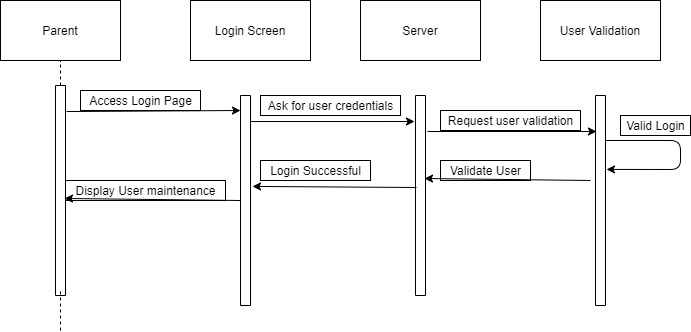
This is Deliverables/Week_3/Use_Case/Parent/Sequence Diagrams/Sign-in.png from Hanandrof/Group-3-Repository, a draw.io export, as it was before one commit. Source tidied: cells renumbered, new cells last; positions are measured from the earlier drawing's top-left corner, leaving out a move shared by most shapes.
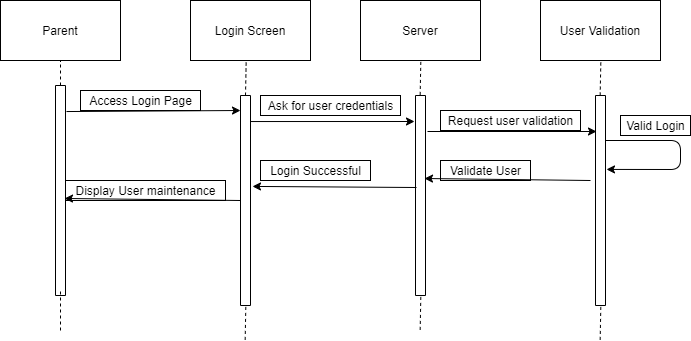
After the change.

The edit, as a diff of the source:
```diff
@@ -90,5 +90,38 @@
     <mxCell id="25" value="Display User maintenance" style="text;html=1;align=center;verticalAlign=middle;strokeColor=#000000;" parent="1" vertex="1">
       <mxGeometry x="65" y="180" width="160" height="20" as="geometry" />
     </mxCell>
+    <mxCell id="26" style="endArrow=none;dashed=1;html=1;strokeColor=#000000;exitX=0;exitY=0.5;exitDx=0;exitDy=0;entryX=0.464;entryY=1.01;entryDx=0;entryDy=0;entryPerimeter=0;" parent="1" edge="1" source="7" target="4">
+      <mxGeometry relative="1" as="geometry" />
+    </mxCell>
+    <mxCell id="27" style="endArrow=none;dashed=1;html=1;strokeColor=#000000;exitX=0;exitY=0.5;exitDx=0;exitDy=0;entryX=0.464;entryY=1.01;entryDx=0;entryDy=0;entryPerimeter=0;" parent="1" edge="1">
+      <mxGeometry relative="1" as="geometry">
+        <mxPoint x="419.7" y="94.4" as="sourcePoint" />
+        <mxPoint x="420.3" y="60" as="targetPoint" />
+      </mxGeometry>
+    </mxCell>
+    <mxCell id="28" style="endArrow=none;dashed=1;html=1;strokeColor=#000000;exitX=0;exitY=0.5;exitDx=0;exitDy=0;entryX=0.464;entryY=1.01;entryDx=0;entryDy=0;entryPerimeter=0;" parent="1" edge="1">
+      <mxGeometry relative="1" as="geometry">
+        <mxPoint x="599.7" y="95" as="sourcePoint" />
+        <mxPoint x="600.3" y="60.6" as="targetPoint" />
+      </mxGeometry>
+    </mxCell>
+    <mxCell id="29" style="endArrow=none;dashed=1;html=1;strokeColor=#000000;exitX=0;exitY=0.5;exitDx=0;exitDy=0;entryX=0.464;entryY=1.01;entryDx=0;entryDy=0;entryPerimeter=0;" parent="1" edge="1">
+      <mxGeometry relative="1" as="geometry">
+        <mxPoint x="599.7" y="339.4" as="sourcePoint" />
+        <mxPoint x="600.3" y="305" as="targetPoint" />
+      </mxGeometry>
+    </mxCell>
+    <mxCell id="30" style="endArrow=none;dashed=1;html=1;strokeColor=#000000;exitX=0;exitY=0.5;exitDx=0;exitDy=0;entryX=0.464;entryY=1.01;entryDx=0;entryDy=0;entryPerimeter=0;" parent="1" edge="1">
+      <mxGeometry relative="1" as="geometry">
+        <mxPoint x="419.7" y="329.4" as="sourcePoint" />
+        <mxPoint x="420.3" y="295" as="targetPoint" />
+      </mxGeometry>
+    </mxCell>
+    <mxCell id="31" style="endArrow=none;dashed=1;html=1;strokeColor=#000000;exitX=0;exitY=0.5;exitDx=0;exitDy=0;entryX=0.464;entryY=1.01;entryDx=0;entryDy=0;entryPerimeter=0;" parent="1" edge="1">
+      <mxGeometry relative="1" as="geometry">
+        <mxPoint x="244.7" y="339.4" as="sourcePoint" />
+        <mxPoint x="245.3" y="305" as="targetPoint" />
+      </mxGeometry>
+    </mxCell>
   </root>
 </mxGraphModel>
```
